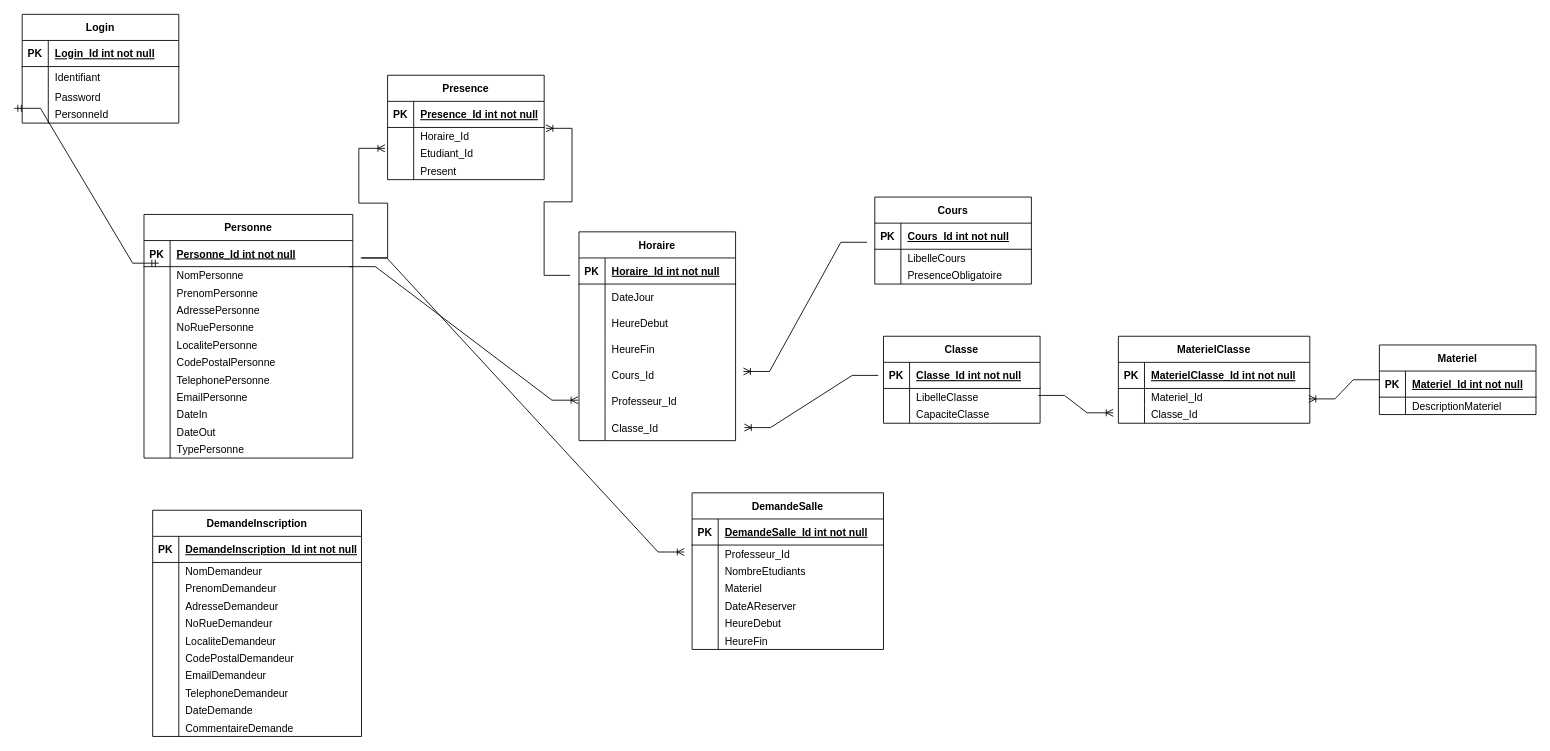
Before: docs/universite.drawio in JMFicart/TP4, a draw.io diagram. Source tidied: cells renumbered, new cells numbered last; positions are measured from the earlier drawing's top-left corner, leaving out a move shared by most shapes. Both pictures are drawn from the tidied source at 87%, with x=0, y=0 at pixel (22, 14).
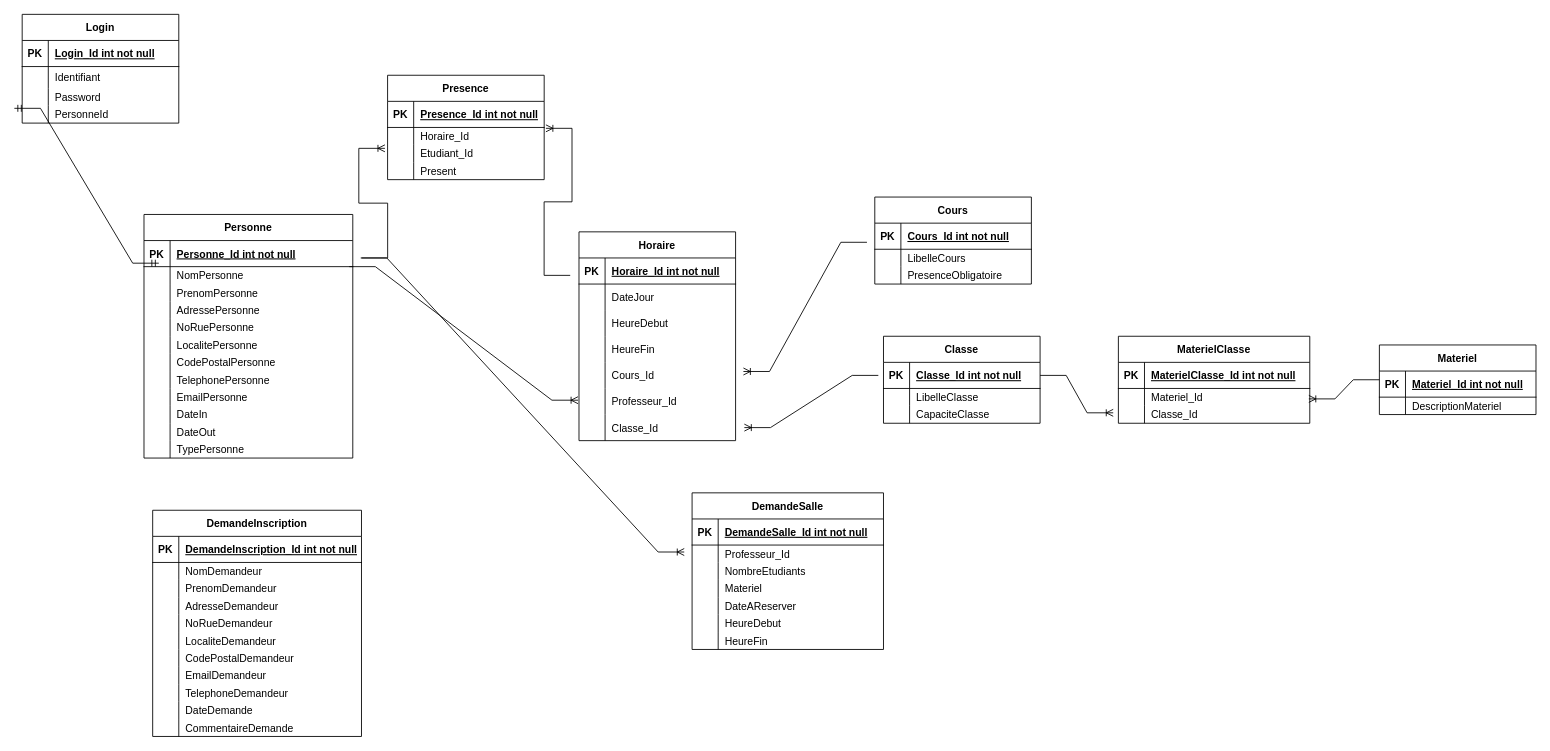
The same page after the edit.

Unchanged cells that the change refers to:
```xml
<mxCell id="84" style="shape=tableRow;horizontal=0;startSize=0;swimlaneHead=0;swimlaneBody=0;fillColor=none;points=[[0,0.5],[1,0.5]];portConstraint=eastwest;top=0;left=0;right=0;bottom=1;" parent="83" vertex="1">
  <mxGeometry y="30" width="180" height="30" as="geometry" />
</mxCell>
<mxCell id="164" style="shape=tableRow;horizontal=0;startSize=0;swimlaneHead=0;swimlaneBody=0;fillColor=none;points=[[0,0.5],[1,0.5]];portConstraint=eastwest;top=0;left=0;right=0;bottom=0;" parent="157" vertex="1">
  <mxGeometry y="80" width="220" height="20" as="geometry" />
</mxCell>
```

The edit, as a diff of the source:
```diff
@@
-    <mxCell id="181" style="edgeStyle=entityRelationEdgeStyle;fontSize=12;html=1;endArrow=ERoneToMany;rounded=0;exitX=0.989;exitY=1.267;exitDx=0;exitDy=0;exitPerimeter=0;entryX=-0.027;entryY=0.4;entryDx=0;entryDy=0;entryPerimeter=0;" parent="1" edge="1" source="84" target="164">
+    <mxCell id="181" style="edgeStyle=entityRelationEdgeStyle;fontSize=12;html=1;endArrow=ERoneToMany;rounded=0;exitX=1;exitY=0.5;exitDx=0;exitDy=0;entryX=-0.027;entryY=0.4;entryDx=0;entryDy=0;entryPerimeter=0;" parent="1" edge="1" source="84" target="164">
       <mxGeometry relative="1" as="geometry" />
     </mxCell>
```
